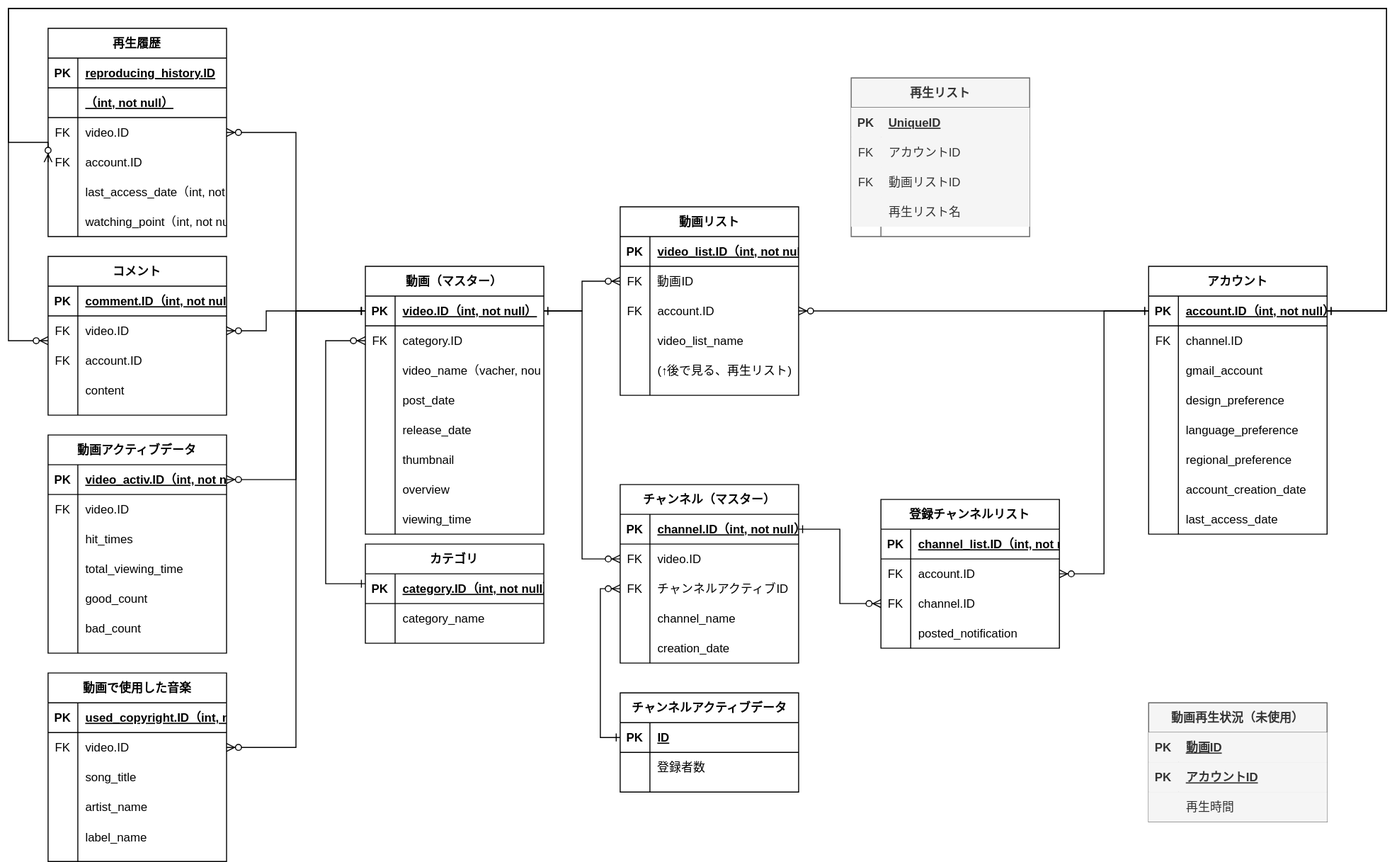
miharu-kon/board keeps this draw.io diagram as youtube要件定義.svg. Above is the earlier version. Source tidied: cells renumbered, new cells last; positions are measured from the earlier drawing's top-left corner, leaving out a move shared by most shapes.
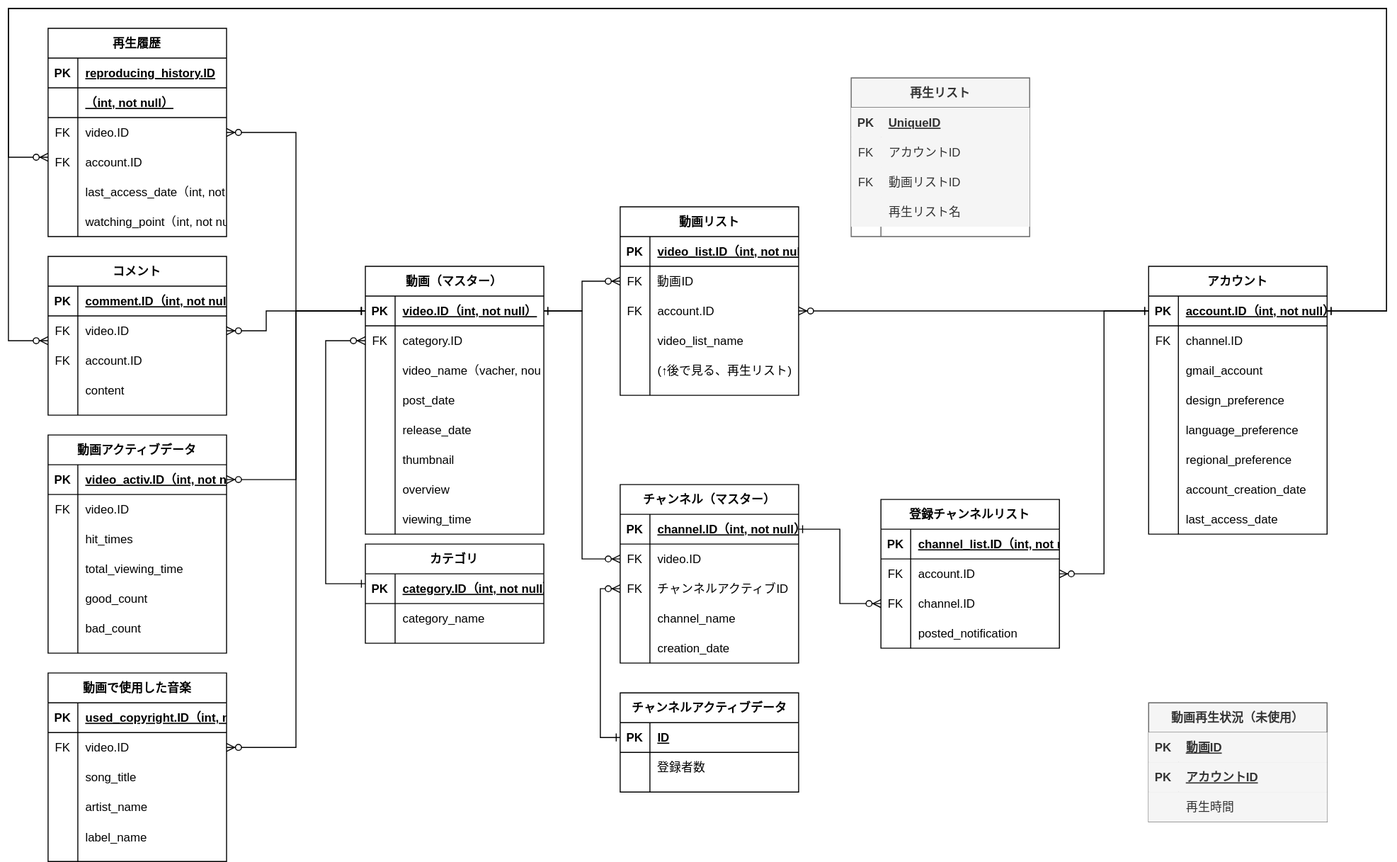
Above is the later version.

Commit message:
youtube要件定義.svg を更新します

Diff of the diagram source:
```diff
@@ -618,10 +618,10 @@
     <mxCell id="203" style="edgeStyle=orthogonalEdgeStyle;rounded=0;jettySize=auto;html=1;exitX=1;exitY=0.5;exitDx=0;exitDy=0;startArrow=ERzeroToMany;startFill=1;endArrow=ERone;endFill=0;" parent="1" edge="1" source="122" target="44">
       <mxGeometry relative="1" as="geometry" />
     </mxCell>
-    <mxCell id="204" style="edgeStyle=orthogonalEdgeStyle;rounded=0;jettySize=auto;html=1;exitX=0;exitY=0.5;exitDx=0;exitDy=0;startArrow=ERzeroToMany;startFill=1;endArrow=ERone;endFill=0;" parent="1" edge="1" source="157" target="44">
+    <mxCell id="204" style="edgeStyle=orthogonalEdgeStyle;rounded=0;jettySize=auto;html=1;startArrow=ERzeroToMany;startFill=1;endArrow=ERone;endFill=0;" parent="1" edge="1" source="157" target="44">
       <mxGeometry relative="1" as="geometry">
         <Array as="points">
-          <mxPoint y="135" />
+          <mxPoint y="150" />
           <mxPoint />
           <mxPoint x="1390" />
           <mxPoint x="1390" y="305" />
```
